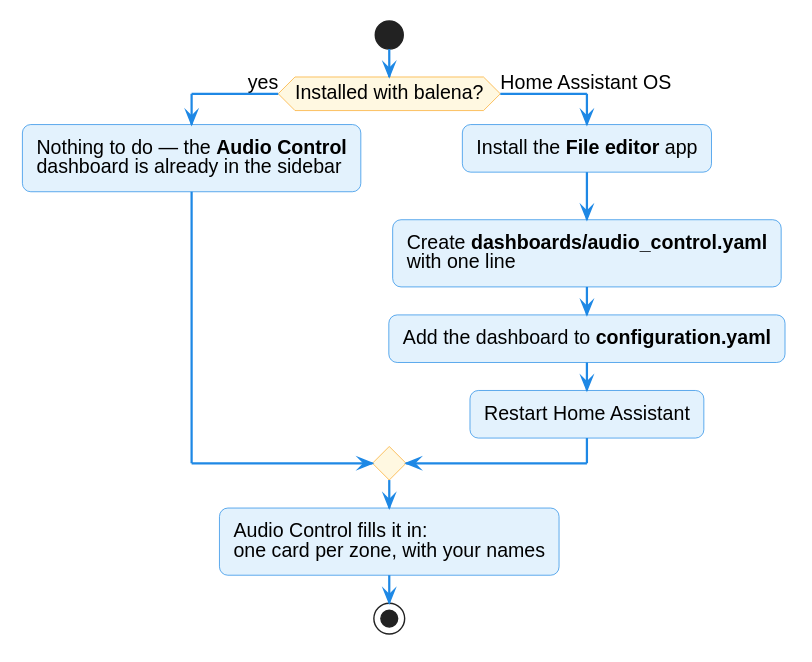
Earlier version of the PlantUML export docs/assets/diagrams/dashboard.svg (mcjelcom/ha-audio-control). Its source is kept beside it as docs/diagrams/dashboard.puml. Source of this version:
```plantuml
@startuml
!include _style.iuml
start
if (Installed with balena?) then (yes)
  :Nothing to do — the **Audio Control**\ndashboard is already in the sidebar;
else (Home Assistant OS)
  :Install the **File editor** app;
  :Create **dashboards/audio_control.yaml**\nwith one line;
  :Add the dashboard to **configuration.yaml**;
  :Restart Home Assistant;
endif
:Audio Control fills it in:\none card per zone, with your names;
stop
@enduml
```
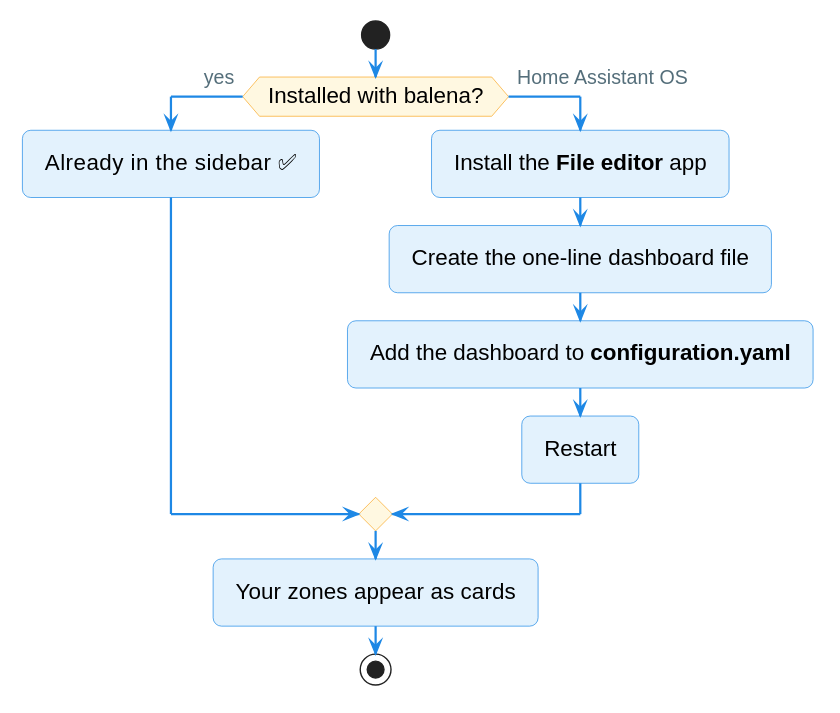
Later version of the same file.

Change to the diagram source:
```diff
@@ -2,13 +2,13 @@
 !include _style.iuml
 start
 if (Installed with balena?) then (yes)
-  :Nothing to do — the **Audio Control**\ndashboard is already in the sidebar;
+  :Already in the sidebar ✅;
 else (Home Assistant OS)
   :Install the **File editor** app;
-  :Create **dashboards/audio_control.yaml**\nwith one line;
+  :Create the one-line dashboard file;
   :Add the dashboard to **configuration.yaml**;
-  :Restart Home Assistant;
+  :Restart;
 endif
-:Audio Control fills it in:\none card per zone, with your names;
+:Your zones appear as cards;
 stop
 @enduml
```
